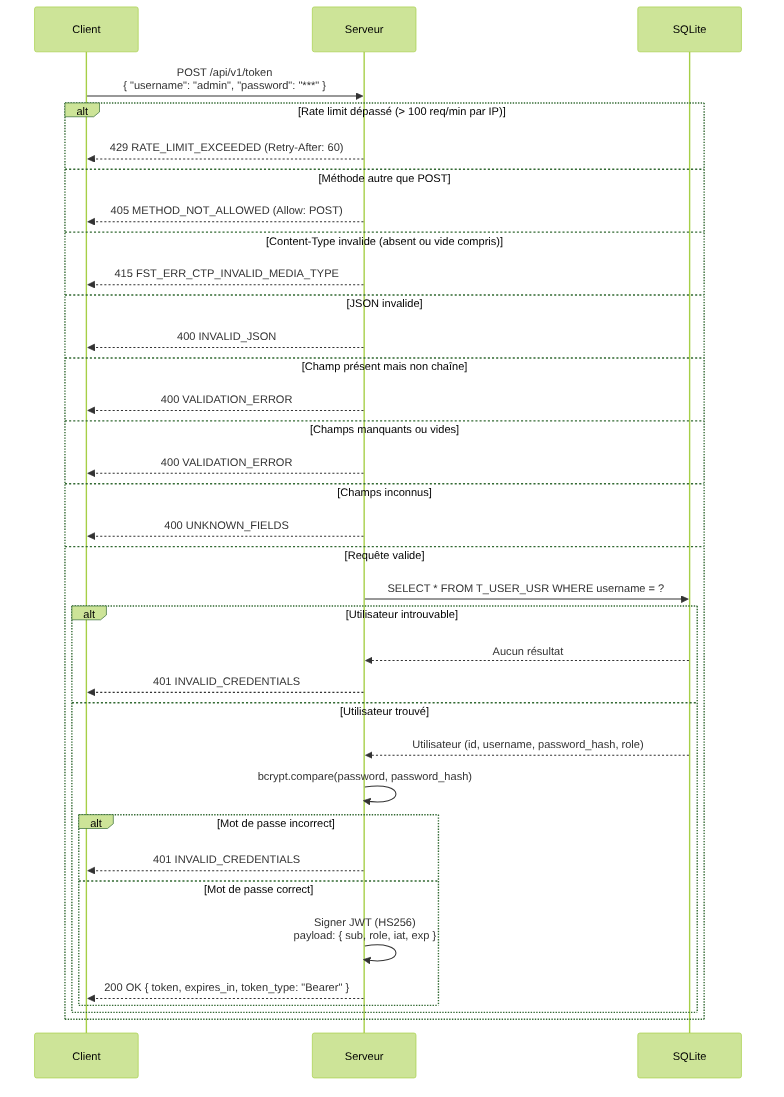
Before: docs/specs/diagrams/US-003-authentication-token-sequence.png, a diagram exported from Mermaid (ODehel/quiz-live-server). Its source is kept beside it as docs/specs/diagrams/US-003-authentication-token-sequence.mmd.
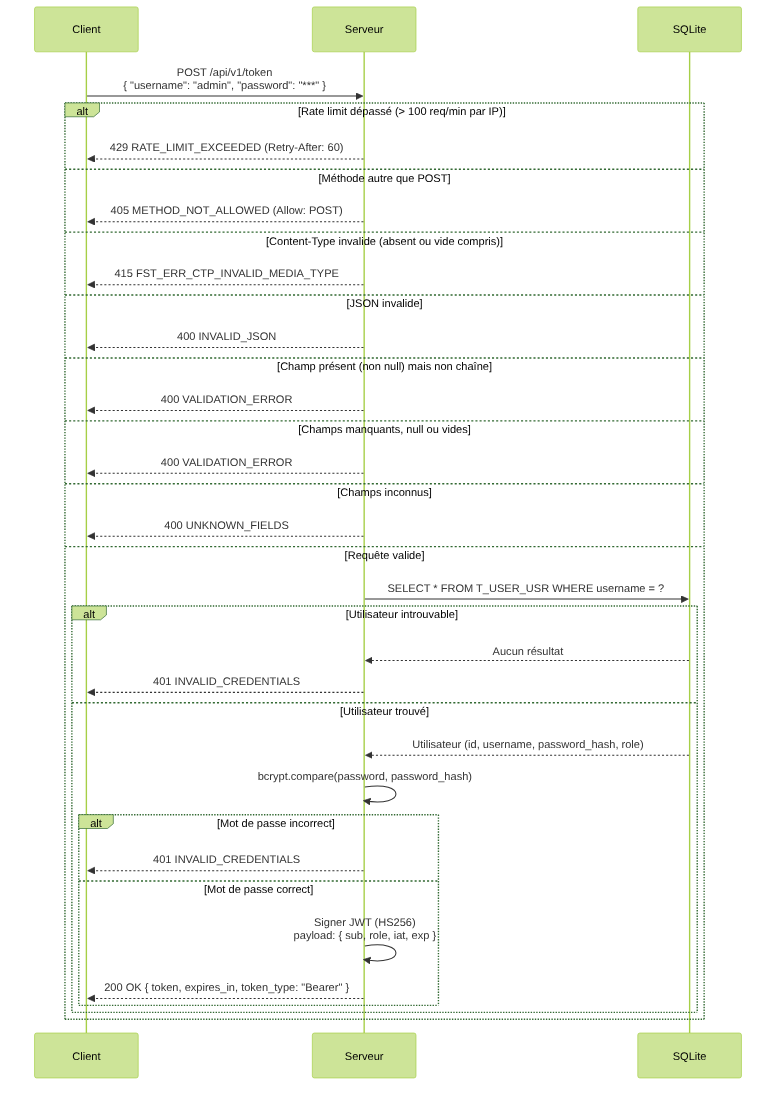
After the change.

Commit message:
docs(specs): settle null as a field value and align error-codes with the validation order on POST /api/v1/token (#207)

Change to the diagram source:
```diff
@@ -14,9 +14,9 @@
         S-->>C: 415 FST_ERR_CTP_INVALID_MEDIA_TYPE
     else JSON invalide
         S-->>C: 400 INVALID_JSON
-    else Champ présent mais non chaîne
+    else Champ présent (non null) mais non chaîne
         S-->>C: 400 VALIDATION_ERROR
-    else Champs manquants ou vides
+    else Champs manquants, null ou vides
         S-->>C: 400 VALIDATION_ERROR
     else Champs inconnus
         S-->>C: 400 UNKNOWN_FIELDS
```
